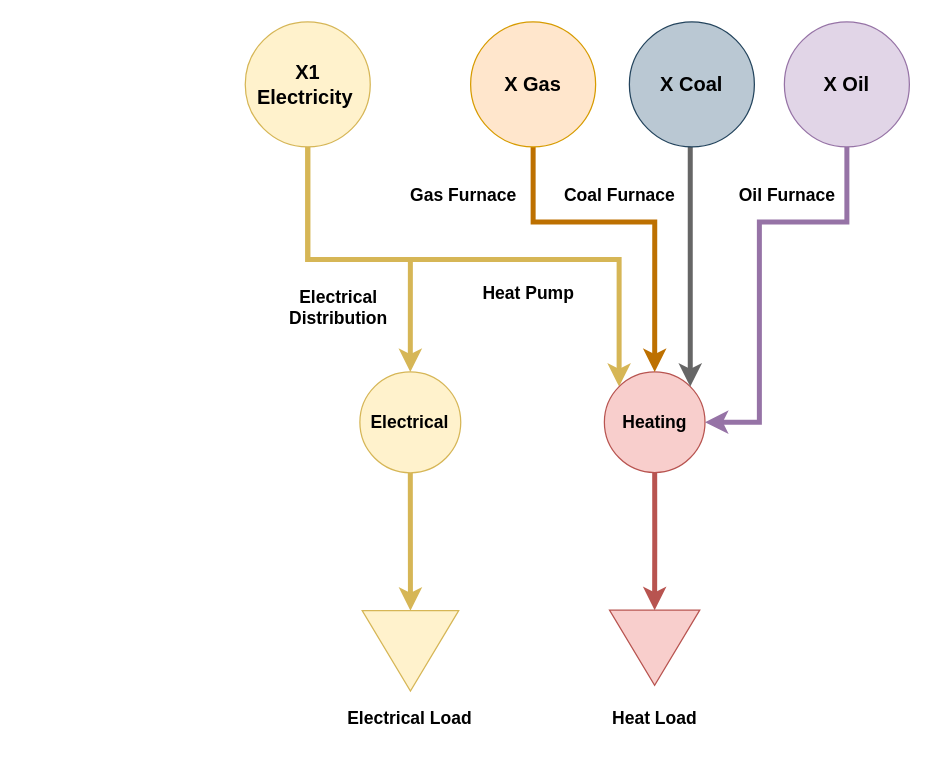
Above: page "industry" (5 of 7) of docs/source/_static/pypsa-usa.drawio in PyPSA/pypsa-usa (draw.io), before the change. Source tidied: cells renumbered, new cells numbered last; positions are measured from the earlier drawing's top-left corner, leaving out a move shared by most shapes. Both pictures are drawn from the tidied source at 125%, with x=0, y=0 at pixel (245, 21).
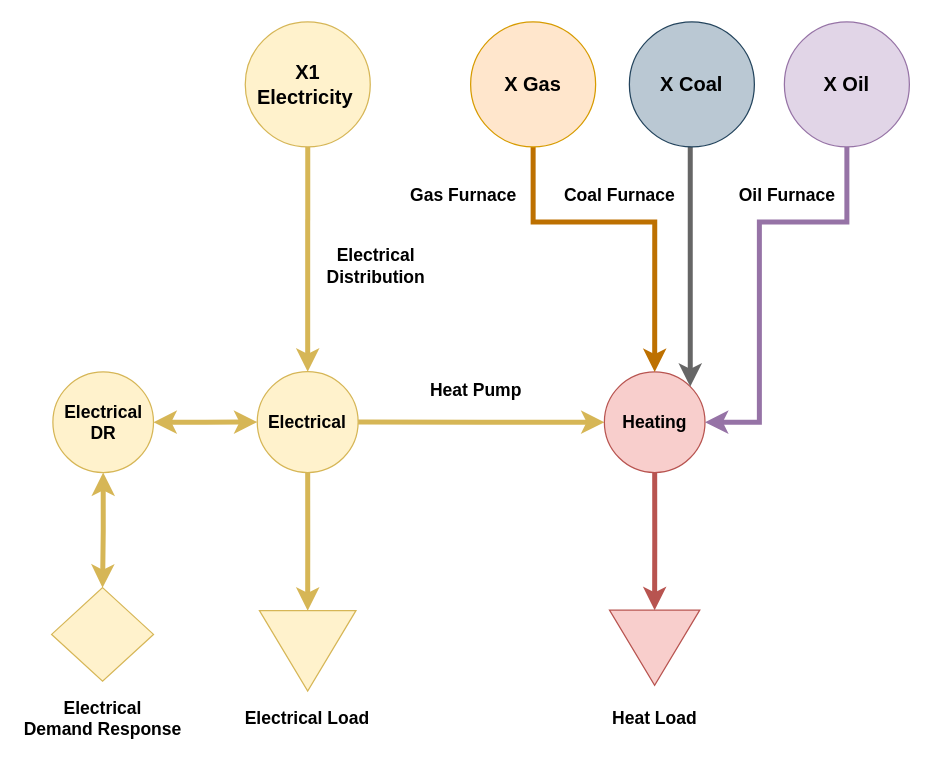
The same diagram, later.

Unchanged cells that the change refers to:
```xml
<mxCell id="9" value="&lt;b style=&quot;font-size: 16px;&quot;&gt;X1&lt;br style=&quot;font-size: 16px;&quot;&gt;Electricity&amp;nbsp;&lt;br style=&quot;font-size: 16px;&quot;&gt;&lt;/b&gt;" style="ellipse;whiteSpace=wrap;html=1;fontSize=16;fillColor=#fff2cc;strokeColor=#d6b656;" parent="1" vertex="1">
  <mxGeometry x="-0.3" width="100" height="100" as="geometry" />
</mxCell>
<mxCell id="14" value="Heating" style="ellipse;whiteSpace=wrap;html=1;fillColor=#f8cecc;strokeColor=#b85450;fontStyle=1;direction=east;fontSize=14;" parent="1" vertex="1">
  <mxGeometry x="287" y="280" width="80.5" height="80.5" as="geometry" />
</mxCell>
```

Change to the diagram source:
```diff
@@
     <mxCell id="2" style="triangle;whiteSpace=wrap;html=1;rotation=90;fillColor=#fff2cc;strokeColor=#d6b656;fontSize=14;" parent="1" vertex="1">
-      <mxGeometry x="99.7" y="464.6" width="64.3" height="77.2" as="geometry" />
+      <mxGeometry x="17.5" y="464.6" width="64.3" height="77.2" as="geometry" />
     </mxCell>
     <mxCell id="3" value="Electrical Load" style="text;html=1;align=center;verticalAlign=middle;whiteSpace=wrap;rounded=0;fontStyle=1;fontSize=14;" parent="1" vertex="1">
-      <mxGeometry x="75.3" y="541.8" width="113" height="30" as="geometry" />
+      <mxGeometry x="-6.8" y="541.8" width="113" height="30" as="geometry" />
     </mxCell>
@@
+    <mxCell id="25" style="edgeStyle=orthogonalEdgeStyle;rounded=0;jettySize=auto;html=1;exitX=1;exitY=0.5;exitDx=0;exitDy=0;entryX=0;entryY=0.5;entryDx=0;entryDy=0;fillColor=#fff2cc;strokeColor=#d6b656;strokeWidth=4;" parent="1" edge="1" source="5" target="14">
+      <mxGeometry relative="1" as="geometry" />
+    </mxCell>
     <mxCell id="5" value="Electrical" style="ellipse;whiteSpace=wrap;html=1;fillColor=#fff2cc;strokeColor=#d6b656;fontStyle=1;fontSize=14;" parent="1" vertex="1">
-      <mxGeometry x="91.4" y="280" width="80.7" height="80.7" as="geometry" />
+      <mxGeometry x="9.3" y="279.8" width="80.7" height="80.7" as="geometry" />
     </mxCell>
@@
-    <mxCell id="8" style="edgeStyle=orthogonalEdgeStyle;rounded=0;jettySize=auto;html=1;exitX=0.5;exitY=1;exitDx=0;exitDy=0;entryX=0;entryY=0;entryDx=0;entryDy=0;fillColor=#fff2cc;strokeColor=#d6b656;strokeWidth=4;" parent="1" edge="1" source="9" target="14">
-      <mxGeometry relative="1" as="geometry" />
-    </mxCell>
@@
     <mxCell id="19" value="Electrical Distribution" style="text;html=1;align=center;verticalAlign=middle;whiteSpace=wrap;rounded=0;fontStyle=1;direction=east;fontSize=14;" parent="1" vertex="1">
-      <mxGeometry x="31" y="213" width="87" height="30" as="geometry" />
+      <mxGeometry x="61" y="180" width="87" height="30" as="geometry" />
     </mxCell>
     <mxCell id="20" value="Heat Pump" style="text;html=1;align=center;verticalAlign=middle;whiteSpace=wrap;rounded=0;fontStyle=1;direction=east;fontSize=14;" parent="1" vertex="1">
-      <mxGeometry x="182.7" y="202" width="87" height="30" as="geometry" />
+      <mxGeometry x="141" y="280" width="87" height="30" as="geometry" />
     </mxCell>
@@
+    <mxCell id="26" style="rhombus;whiteSpace=wrap;html=1;fillColor=#fff2cc;strokeColor=#d6b656;fontSize=14;" parent="1" vertex="1">
+      <mxGeometry x="-155.2" y="452.6" width="81.5" height="74.8" as="geometry" />
+    </mxCell>
+    <mxCell id="27" value="Electrical&lt;br&gt;Demand Response" style="text;html=1;align=center;verticalAlign=middle;whiteSpace=wrap;rounded=0;fontStyle=1;direction=east;fontSize=14;" parent="1" vertex="1">
+      <mxGeometry x="-179" y="541.6" width="130" height="30" as="geometry" />
+    </mxCell>
+    <mxCell id="28" style="edgeStyle=orthogonalEdgeStyle;rounded=0;jettySize=auto;html=1;exitX=0.5;exitY=1;exitDx=0;exitDy=0;entryX=0.5;entryY=0;entryDx=0;entryDy=0;fillColor=#fff2cc;strokeColor=#d6b656;strokeWidth=4;fontSize=14;startArrow=classic;startFill=1;" parent="1" edge="1" source="30" target="26">
+      <mxGeometry relative="1" as="geometry" />
+    </mxCell>
+    <mxCell id="29" style="edgeStyle=orthogonalEdgeStyle;rounded=0;jettySize=auto;html=1;exitX=1;exitY=0.5;exitDx=0;exitDy=0;entryX=0;entryY=0.5;entryDx=0;entryDy=0;startArrow=classic;startFill=1;fillColor=#fff2cc;strokeColor=#d6b656;strokeWidth=4;" parent="1" edge="1" source="30" target="5">
+      <mxGeometry relative="1" as="geometry" />
+    </mxCell>
+    <mxCell id="30" value="Electrical DR" style="ellipse;whiteSpace=wrap;html=1;fillColor=#fff2cc;strokeColor=#d6b656;fontStyle=1;direction=east;fontSize=14;" parent="1" vertex="1">
+      <mxGeometry x="-154.2" y="280" width="80.5" height="80.5" as="geometry" />
+    </mxCell>
```
